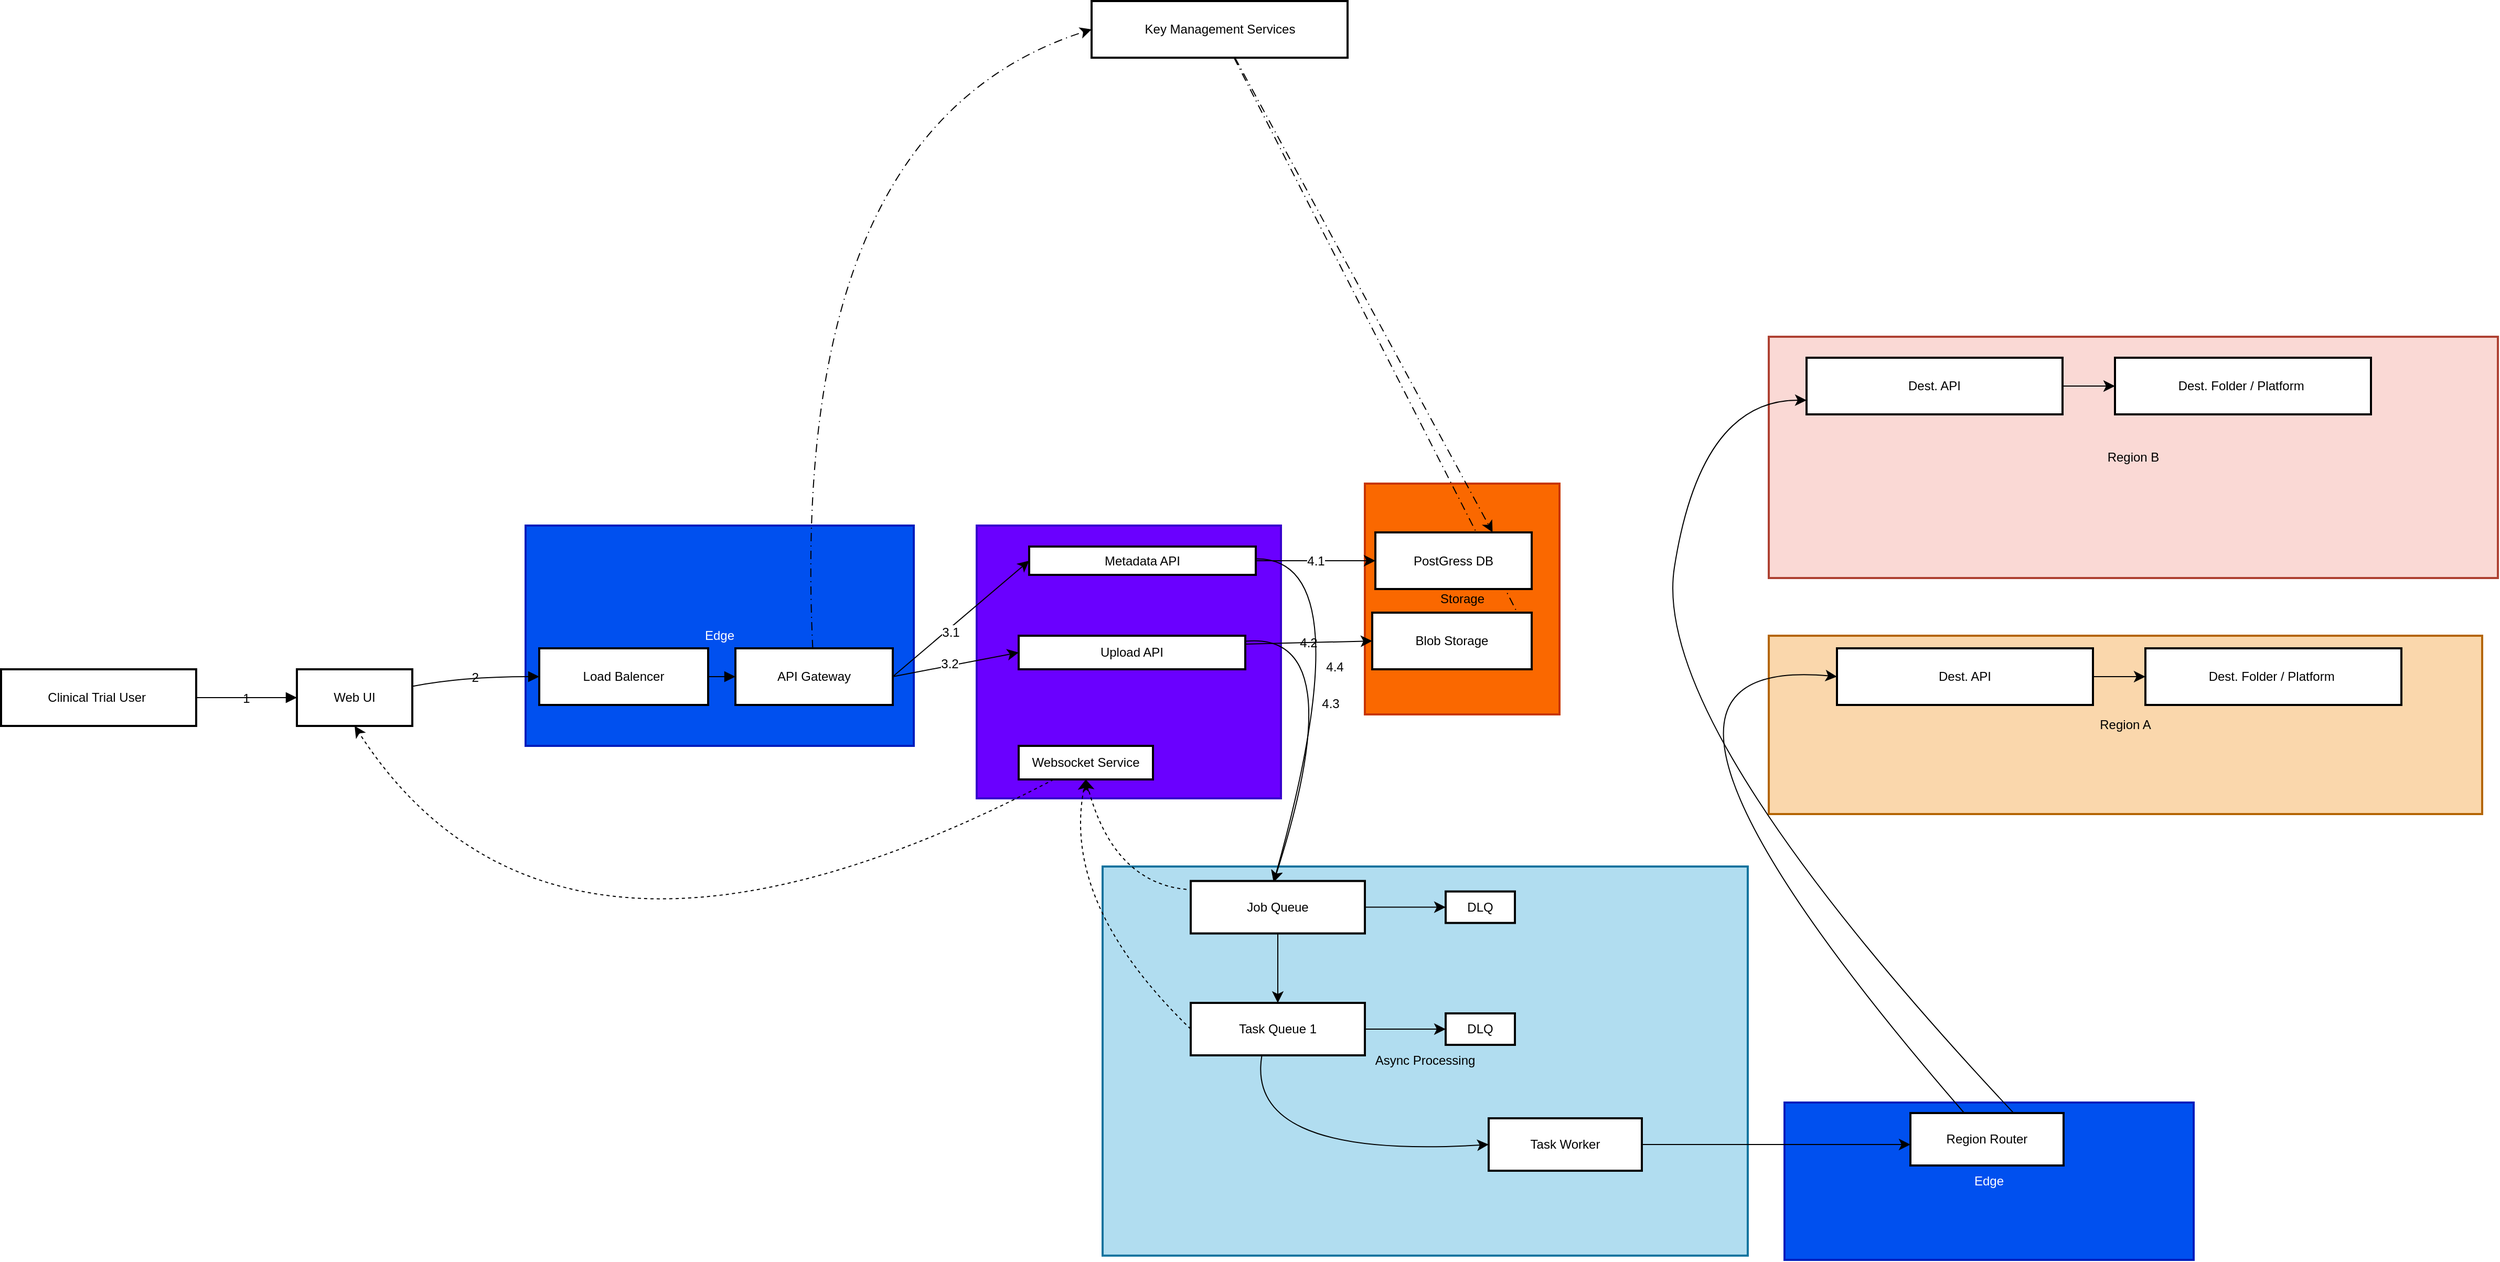
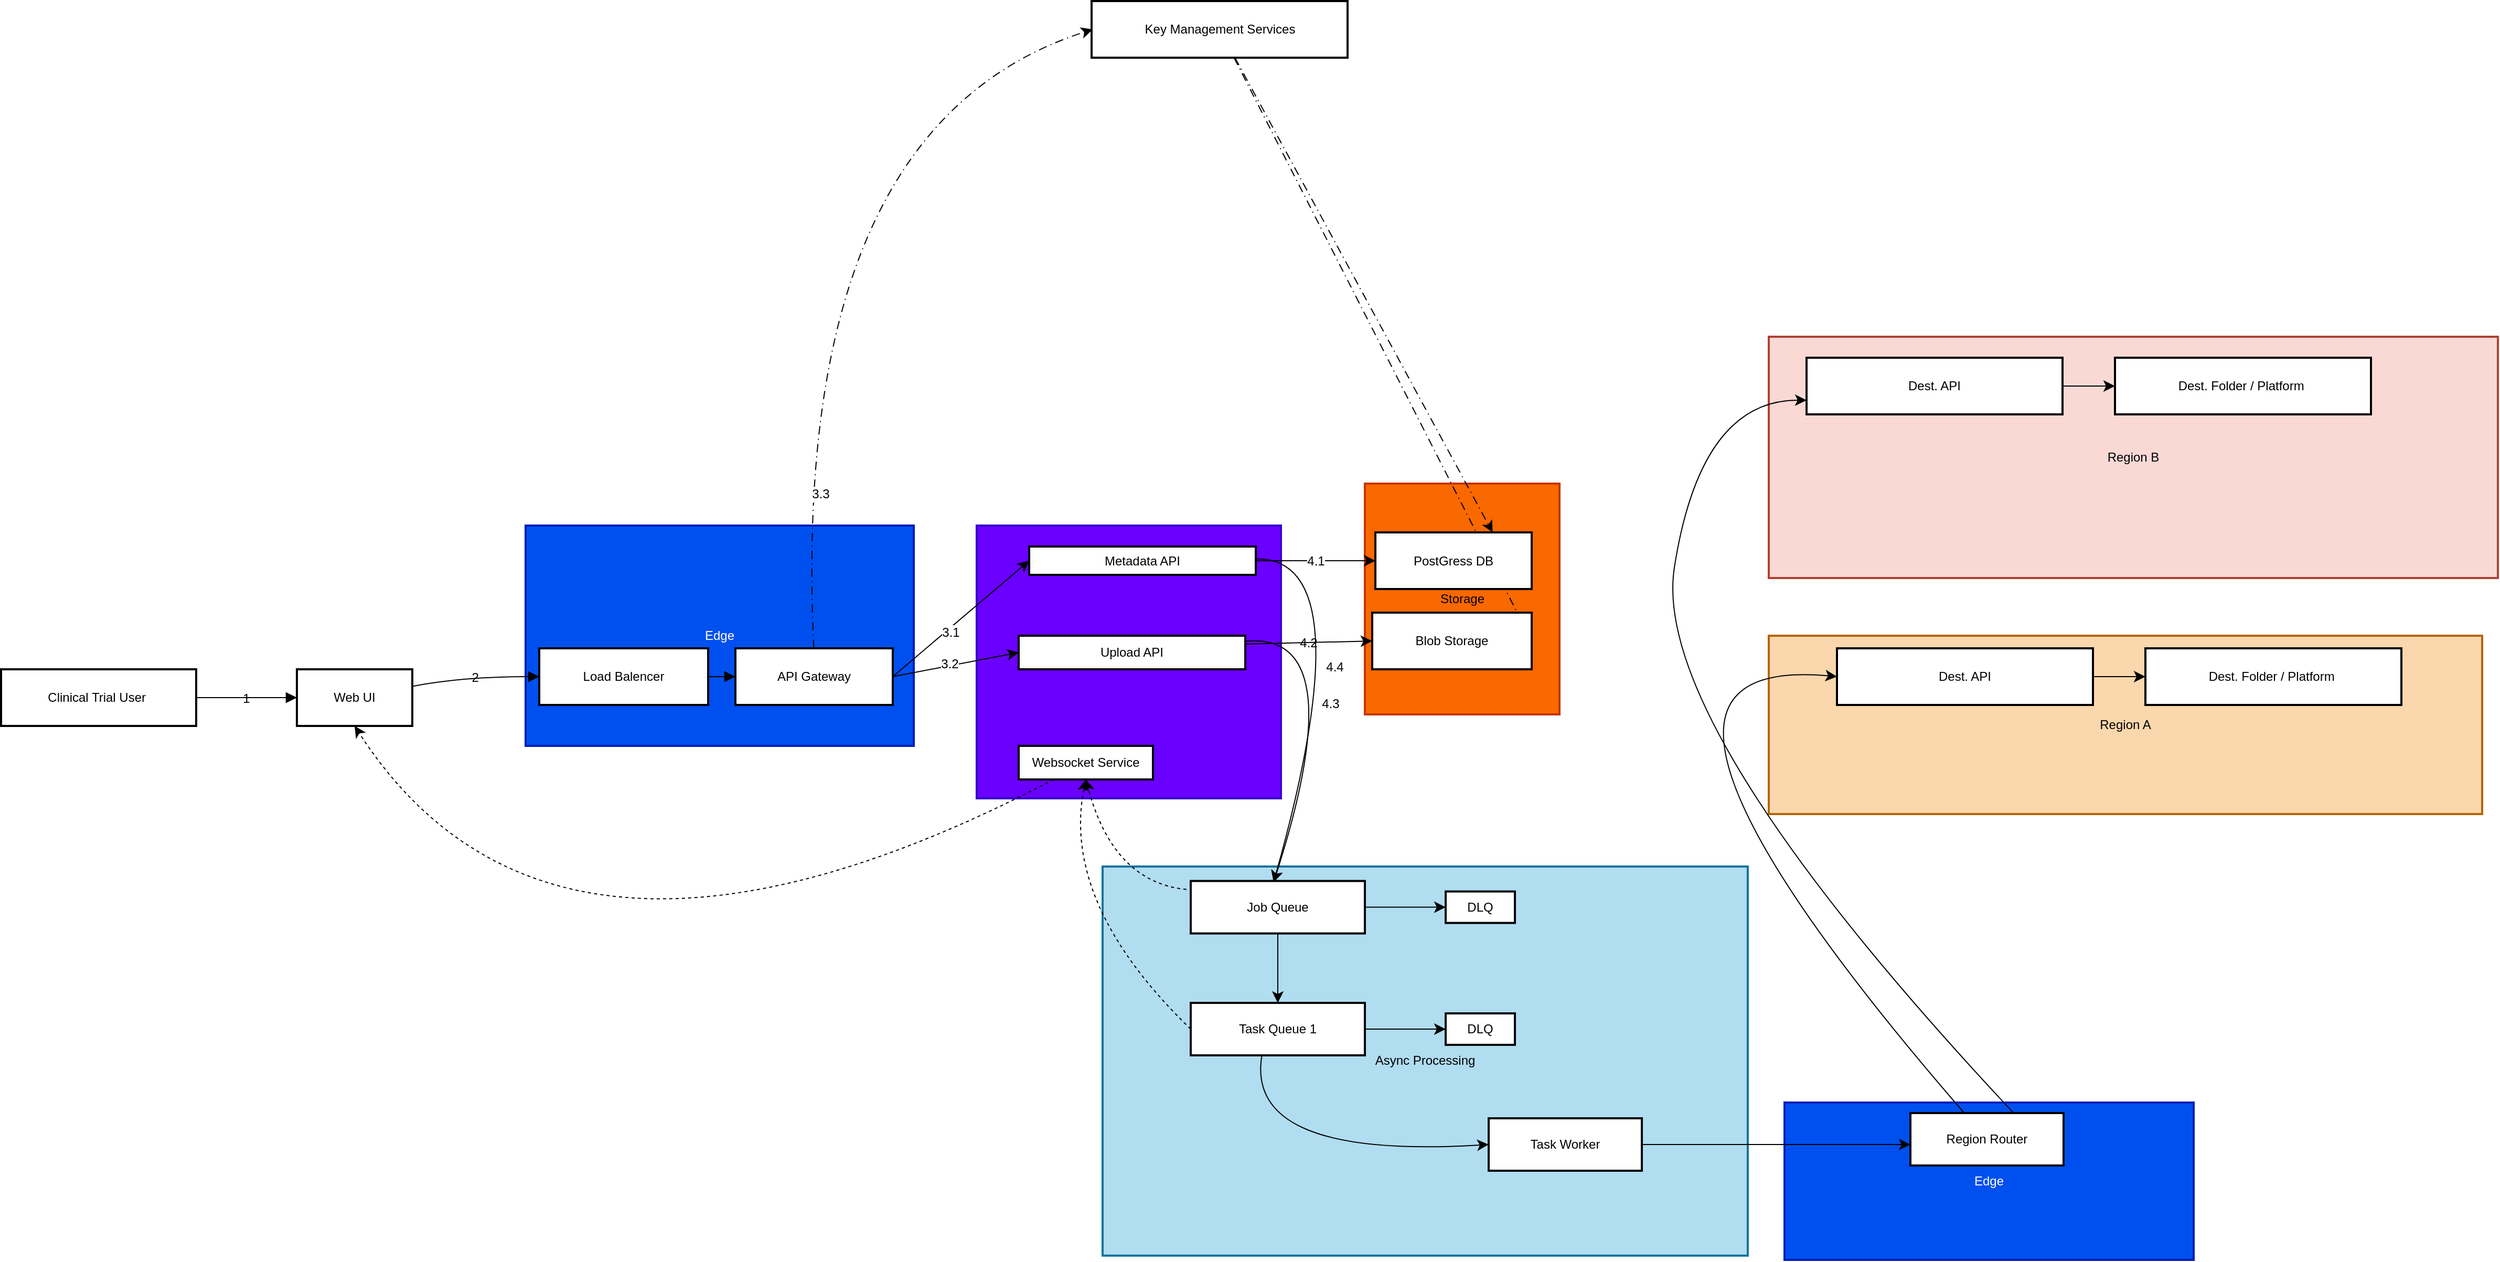
<mxfile host="app.diagrams.net">
  <diagram name="Overall-Diagram" id="Xauzskn0iYLa3f8TggF1">
    <mxGraphModel dx="1108" dy="1719" grid="1" gridSize="10" guides="1" tooltips="1" connect="1" arrows="1" fold="1" page="1" pageScale="1" pageWidth="850" pageHeight="1100" background="none" math="0" shadow="0">
      <root>
        <mxCell id="0" />
        <mxCell id="1" parent="0" />
        <mxCell id="ZxT0anLmeUN1lRlBXtKW-56" parent="1" style="whiteSpace=wrap;strokeWidth=2;rounded=0;labelBackgroundColor=none;fillColor=#0050ef;fontColor=#ffffff;strokeColor=#001DBC;" value="Edge" vertex="1">
          <mxGeometry height="150" width="390" x="1800" y="590" as="geometry" />
        </mxCell>
        <mxCell id="tPvMw2njpGqdJi2HAjV1-28" parent="1" style="whiteSpace=wrap;strokeWidth=2;rounded=0;labelBackgroundColor=none;fillColor=#fad9d5;strokeColor=#ae4132;" value="Region B" vertex="1">
          <mxGeometry height="230" width="695" x="1785" y="-140" as="geometry" />
        </mxCell>
        <mxCell id="tPvMw2njpGqdJi2HAjV1-27" parent="1" style="whiteSpace=wrap;strokeWidth=2;rounded=0;labelBackgroundColor=none;fillColor=#fad7ac;strokeColor=#b46504;" value="Region A" vertex="1">
          <mxGeometry height="170" width="680" x="1785" y="145" as="geometry" />
        </mxCell>
        <mxCell id="LGeiLnGPZ_kJypGg9XhN-2" parent="1" style="whiteSpace=wrap;strokeWidth=2;rounded=0;labelBackgroundColor=none;fillColor=#b1ddf0;strokeColor=#10739e;aspect=fixed;" value="Async Processing" vertex="1">
          <mxGeometry height="370.92" width="614.97" x="1150" y="365" as="geometry" />
        </mxCell>
        <mxCell id="LGeiLnGPZ_kJypGg9XhN-4" parent="1" style="whiteSpace=wrap;strokeWidth=2;rounded=0;labelBackgroundColor=none;fillColor=#6a00ff;fontColor=#ffffff;strokeColor=#3700CC;" value="API Services" vertex="1">
          <mxGeometry height="260" width="290" x="1030" y="40" as="geometry" />
        </mxCell>
        <mxCell id="LGeiLnGPZ_kJypGg9XhN-3" parent="1" style="whiteSpace=wrap;strokeWidth=2;rounded=0;labelBackgroundColor=none;fillColor=#fa6800;fontColor=#000000;strokeColor=#C73500;" value="Storage" vertex="1">
          <mxGeometry height="220" width="185.5" x="1400" as="geometry" />
        </mxCell>
        <mxCell id="LGeiLnGPZ_kJypGg9XhN-5" parent="1" style="whiteSpace=wrap;strokeWidth=2;rounded=0;labelBackgroundColor=none;fillColor=#0050ef;fontColor=#ffffff;strokeColor=#001DBC;" value="Edge" vertex="1">
          <mxGeometry height="210" width="370" x="600" y="40" as="geometry" />
        </mxCell>
        <mxCell id="LGeiLnGPZ_kJypGg9XhN-6" parent="1" style="whiteSpace=wrap;strokeWidth=2;rounded=0;labelBackgroundColor=none;" value="Clinical Trial User " vertex="1">
          <mxGeometry height="54" width="186" x="100" y="177" as="geometry" />
        </mxCell>
        <mxCell id="LGeiLnGPZ_kJypGg9XhN-7" parent="1" style="whiteSpace=wrap;strokeWidth=2;rounded=0;labelBackgroundColor=none;" value="Web UI" vertex="1">
          <mxGeometry height="54" width="110" x="382" y="177" as="geometry" />
        </mxCell>
        <mxCell id="LGeiLnGPZ_kJypGg9XhN-8" parent="1" style="whiteSpace=wrap;strokeWidth=2;rounded=0;labelBackgroundColor=none;" value="Load Balencer" vertex="1">
          <mxGeometry height="54" width="161" x="613" y="157" as="geometry" />
        </mxCell>
        <mxCell id="ijDLy2rUQYNMrnhEq9o_-15" edge="1" parent="1" source="LGeiLnGPZ_kJypGg9XhN-9" style="edgeStyle=none;curved=1;rounded=0;orthogonalLoop=1;jettySize=auto;html=1;fontSize=12;startSize=8;endSize=8;entryX=0;entryY=0.5;entryDx=0;entryDy=0;labelBackgroundColor=none;fontColor=default;exitX=1;exitY=0.5;exitDx=0;exitDy=0;" target="LGeiLnGPZ_kJypGg9XhN-10">
          <mxGeometry relative="1" as="geometry">
            <mxPoint x="1059.9999999999998" y="229.99999999999977" as="targetPoint" />
          </mxGeometry>
        </mxCell>
        <mxCell id="kZjGEyZ31KSyDfQOjVAd-1" connectable="0" parent="ijDLy2rUQYNMrnhEq9o_-15" style="edgeLabel;html=1;align=center;verticalAlign=middle;resizable=0;points=[];fontSize=12;" value="3.1" vertex="1">
          <mxGeometry relative="1" x="-0.1984" y="-3" as="geometry">
            <mxPoint x="1" as="offset" />
          </mxGeometry>
        </mxCell>
        <mxCell id="ijDLy2rUQYNMrnhEq9o_-17" edge="1" parent="1" source="LGeiLnGPZ_kJypGg9XhN-9" style="edgeStyle=none;curved=1;rounded=0;orthogonalLoop=1;jettySize=auto;html=1;entryX=0;entryY=0.5;entryDx=0;entryDy=0;fontSize=12;startSize=8;endSize=8;exitX=1;exitY=0.5;exitDx=0;exitDy=0;" target="LGeiLnGPZ_kJypGg9XhN-11">
          <mxGeometry relative="1" as="geometry">
            <mxPoint x="960" y="190" as="sourcePoint" />
          </mxGeometry>
        </mxCell>
        <mxCell id="kZjGEyZ31KSyDfQOjVAd-2" connectable="0" parent="ijDLy2rUQYNMrnhEq9o_-17" style="edgeLabel;html=1;align=center;verticalAlign=middle;resizable=0;points=[];fontSize=12;" value="3.2" vertex="1">
          <mxGeometry relative="1" x="-0.0885" y="2" as="geometry">
            <mxPoint as="offset" />
          </mxGeometry>
        </mxCell>
-         <mxCell id="tPvMw2njpGqdJi2HAjV1-17" edge="1" parent="1" source="LGeiLnGPZ_kJypGg9XhN-9" style="edgeStyle=none;curved=1;rounded=0;orthogonalLoop=1;jettySize=auto;html=1;entryX=0;entryY=0.5;entryDx=0;entryDy=0;fontSize=12;startSize=8;endSize=8;dashed=1;dashPattern=8 4 1 4;" target="LGeiLnGPZ_kJypGg9XhN-20">
-           <mxGeometry relative="1" as="geometry">
-             <Array as="points">
-               <mxPoint x="850" y="-340" />
-             </Array>
+         <mxCell id="tPvMw2njpGqdJi2HAjV1-17" edge="1" parent="1" style="edgeStyle=none;curved=1;rounded=0;orthogonalLoop=1;jettySize=auto;html=1;entryX=0;entryY=0.5;entryDx=0;entryDy=0;fontSize=12;startSize=8;endSize=8;dashed=1;dashPattern=8 4 1 4;" value="3.3">
+           <mxGeometry relative="1" x="-0.6344" y="-13" as="geometry">
+             <mxPoint as="offset" />
+             <Array as="points">
+               <mxPoint x="851" y="-340" />
+             </Array>
+             <mxPoint x="874.7118320610687" y="157" as="sourcePoint" />
+             <mxPoint x="1140.5" y="-433" as="targetPoint" />
          </mxGeometry>
        </mxCell>
        <mxCell id="LGeiLnGPZ_kJypGg9XhN-9" parent="1" style="whiteSpace=wrap;strokeWidth=2;rounded=0;labelBackgroundColor=none;" value="API Gateway" vertex="1">
          <mxGeometry height="54" width="150" x="800" y="157" as="geometry" />
        </mxCell>
        <mxCell id="ijDLy2rUQYNMrnhEq9o_-19" edge="1" parent="1" source="LGeiLnGPZ_kJypGg9XhN-10" style="edgeStyle=none;curved=1;rounded=0;orthogonalLoop=1;jettySize=auto;html=1;entryX=0;entryY=0.5;entryDx=0;entryDy=0;fontSize=12;startSize=8;endSize=8;exitX=1;exitY=0.5;exitDx=0;exitDy=0;" target="LGeiLnGPZ_kJypGg9XhN-12" value="4.1">
          <mxGeometry relative="1" as="geometry" />
        </mxCell>
        <mxCell id="ZxT0anLmeUN1lRlBXtKW-1" edge="1" parent="1" source="LGeiLnGPZ_kJypGg9XhN-10" style="edgeStyle=none;curved=1;rounded=0;orthogonalLoop=1;jettySize=auto;html=1;entryX=0.5;entryY=0;entryDx=0;entryDy=0;fontSize=12;startSize=8;endSize=8;" value="4.4">
          <mxGeometry relative="1" as="geometry">
            <Array as="points">
              <mxPoint x="1400" y="70" />
            </Array>
            <mxPoint x="1313" y="380" as="targetPoint" />
          </mxGeometry>
        </mxCell>
        <mxCell id="LGeiLnGPZ_kJypGg9XhN-10" parent="1" style="whiteSpace=wrap;strokeWidth=2;rounded=0;labelBackgroundColor=none;" value="Metadata API" vertex="1">
          <mxGeometry height="27" width="216" x="1080" y="60" as="geometry" />
        </mxCell>
        <mxCell id="ijDLy2rUQYNMrnhEq9o_-12" edge="1" parent="1" source="LGeiLnGPZ_kJypGg9XhN-11" style="edgeStyle=none;curved=1;rounded=0;orthogonalLoop=1;jettySize=auto;html=1;entryX=0;entryY=0.5;entryDx=0;entryDy=0;fontSize=12;startSize=8;endSize=8;exitX=1;exitY=0.25;exitDx=0;exitDy=0;labelBackgroundColor=none;fontColor=default;" target="LGeiLnGPZ_kJypGg9XhN-13" value="4.2">
          <mxGeometry relative="1" as="geometry" />
        </mxCell>
        <mxCell id="ZxT0anLmeUN1lRlBXtKW-2" edge="1" parent="1" source="LGeiLnGPZ_kJypGg9XhN-11" style="edgeStyle=none;curved=1;rounded=0;orthogonalLoop=1;jettySize=auto;html=1;entryX=0.5;entryY=0;entryDx=0;entryDy=0;fontSize=12;startSize=8;endSize=8;" value="4.3">
          <mxGeometry relative="1" as="geometry">
            <Array as="points">
              <mxPoint x="1390" y="140" />
            </Array>
            <mxPoint x="1313" y="380" as="targetPoint" />
          </mxGeometry>
        </mxCell>
        <mxCell id="LGeiLnGPZ_kJypGg9XhN-11" parent="1" style="whiteSpace=wrap;strokeWidth=2;rounded=0;labelBackgroundColor=none;" value="Upload API" vertex="1">
          <mxGeometry height="32" width="216" x="1070" y="145" as="geometry" />
        </mxCell>
        <mxCell id="tPvMw2njpGqdJi2HAjV1-2" edge="1" parent="1" style="edgeStyle=none;curved=1;rounded=0;orthogonalLoop=1;jettySize=auto;html=1;fontSize=12;startSize=8;endSize=8;entryX=0.5;entryY=1;entryDx=0;entryDy=0;dashed=1;" target="LGeiLnGPZ_kJypGg9XhN-18">
          <mxGeometry relative="1" as="geometry">
            <Array as="points">
              <mxPoint x="1160" y="380" />
            </Array>
            <mxPoint x="1230" y="386.8627450980389" as="sourcePoint" />
            <mxPoint x="1150" y="490" as="targetPoint" />
          </mxGeometry>
        </mxCell>
        <mxCell id="tPvMw2njpGqdJi2HAjV1-30" edge="1" parent="1" source="ZxT0anLmeUN1lRlBXtKW-4" style="edgeStyle=none;curved=1;rounded=0;orthogonalLoop=1;jettySize=auto;html=1;entryX=0.5;entryY=1;entryDx=0;entryDy=0;fontSize=12;startSize=8;endSize=8;dashed=1;exitX=0;exitY=0.5;exitDx=0;exitDy=0;" target="LGeiLnGPZ_kJypGg9XhN-18">
          <mxGeometry relative="1" as="geometry">
            <Array as="points">
              <mxPoint x="1110" y="400" />
            </Array>
            <mxPoint x="1274.6623376623374" y="462" as="sourcePoint" />
          </mxGeometry>
        </mxCell>
        <mxCell id="tPvMw2njpGqdJi2HAjV1-18" edge="1" parent="1" source="LGeiLnGPZ_kJypGg9XhN-20" style="edgeStyle=none;curved=1;rounded=0;orthogonalLoop=1;jettySize=auto;html=1;entryX=0.75;entryY=0;entryDx=0;entryDy=0;fontSize=12;startSize=8;endSize=8;dashed=1;dashPattern=8 4 1 4;" target="LGeiLnGPZ_kJypGg9XhN-12">
          <mxGeometry relative="1" as="geometry" />
        </mxCell>
        <mxCell id="tPvMw2njpGqdJi2HAjV1-19" edge="1" parent="1" source="LGeiLnGPZ_kJypGg9XhN-20" style="edgeStyle=none;curved=1;rounded=0;orthogonalLoop=1;jettySize=auto;html=1;entryX=1;entryY=0.5;entryDx=0;entryDy=0;fontSize=12;startSize=8;endSize=8;dashed=1;dashPattern=8 4 1 4;" target="LGeiLnGPZ_kJypGg9XhN-13">
          <mxGeometry relative="1" as="geometry" />
        </mxCell>
        <mxCell id="LGeiLnGPZ_kJypGg9XhN-20" parent="1" style="whiteSpace=wrap;strokeWidth=2;rounded=0;labelBackgroundColor=none;" value="Key Management Services" vertex="1">
          <mxGeometry height="54" width="244" x="1139.5" y="-460" as="geometry" />
        </mxCell>
        <mxCell id="LGeiLnGPZ_kJypGg9XhN-23" edge="1" parent="1" source="LGeiLnGPZ_kJypGg9XhN-6" style="curved=1;startArrow=none;endArrow=block;exitX=1;exitY=0.5;entryX=0;entryY=0.5;rounded=0;fontSize=12;startSize=8;endSize=8;labelBackgroundColor=none;fontColor=default;" target="LGeiLnGPZ_kJypGg9XhN-7" value="1">
          <mxGeometry relative="1" as="geometry">
            <Array as="points" />
          </mxGeometry>
        </mxCell>
        <mxCell id="LGeiLnGPZ_kJypGg9XhN-24" edge="1" parent="1" source="LGeiLnGPZ_kJypGg9XhN-7" style="curved=1;startArrow=none;endArrow=block;exitX=1;exitY=0.3;entryX=0;entryY=0.5;rounded=0;fontSize=12;startSize=8;endSize=8;labelBackgroundColor=none;fontColor=default;" target="LGeiLnGPZ_kJypGg9XhN-8" value="2">
          <mxGeometry relative="1" as="geometry">
            <Array as="points">
              <mxPoint x="540" y="184" />
            </Array>
          </mxGeometry>
        </mxCell>
        <mxCell id="LGeiLnGPZ_kJypGg9XhN-35" edge="1" parent="1" source="LGeiLnGPZ_kJypGg9XhN-8" style="curved=1;startArrow=none;endArrow=block;exitX=1;exitY=0.5;entryX=0;entryY=0.5;rounded=0;fontSize=12;startSize=8;endSize=8;labelBackgroundColor=none;fontColor=default;" target="LGeiLnGPZ_kJypGg9XhN-9" value="">
          <mxGeometry relative="1" as="geometry">
            <Array as="points" />
          </mxGeometry>
        </mxCell>
        <mxCell id="tPvMw2njpGqdJi2HAjV1-29" edge="1" parent="1" source="LGeiLnGPZ_kJypGg9XhN-18" style="edgeStyle=none;curved=1;rounded=0;orthogonalLoop=1;jettySize=auto;html=1;entryX=0.5;entryY=1;entryDx=0;entryDy=0;fontSize=12;startSize=8;endSize=8;dashed=1;" target="LGeiLnGPZ_kJypGg9XhN-7">
          <mxGeometry relative="1" as="geometry">
            <Array as="points">
              <mxPoint x="630" y="530" />
            </Array>
          </mxGeometry>
        </mxCell>
        <mxCell id="LGeiLnGPZ_kJypGg9XhN-18" parent="1" style="whiteSpace=wrap;strokeWidth=2;rounded=0;labelBackgroundColor=none;" value="Websocket Service" vertex="1">
          <mxGeometry height="32" width="128" x="1070" y="250" as="geometry" />
        </mxCell>
        <mxCell id="LGeiLnGPZ_kJypGg9XhN-13" parent="1" style="whiteSpace=wrap;strokeWidth=2;rounded=0;labelBackgroundColor=none;" value="Blob Storage" vertex="1">
          <mxGeometry height="54" width="152" x="1407" y="123" as="geometry" />
        </mxCell>
        <mxCell id="LGeiLnGPZ_kJypGg9XhN-12" parent="1" style="whiteSpace=wrap;strokeWidth=2;rounded=0;labelBackgroundColor=none;" value="PostGress DB" vertex="1">
          <mxGeometry height="54" width="149" x="1410" y="46.5" as="geometry" />
        </mxCell>
        <mxCell id="tPvMw2njpGqdJi2HAjV1-12" edge="1" parent="1" source="tPvMw2njpGqdJi2HAjV1-6" style="edgeStyle=none;curved=1;rounded=0;orthogonalLoop=1;jettySize=auto;html=1;entryX=0;entryY=0.5;entryDx=0;entryDy=0;fontSize=12;startSize=8;endSize=8;" target="tPvMw2njpGqdJi2HAjV1-8">
          <mxGeometry relative="1" as="geometry">
            <Array as="points">
              <mxPoint x="1590" y="160" />
            </Array>
          </mxGeometry>
        </mxCell>
        <mxCell id="tPvMw2njpGqdJi2HAjV1-13" edge="1" parent="1" source="tPvMw2njpGqdJi2HAjV1-6" style="edgeStyle=none;curved=1;rounded=0;orthogonalLoop=1;jettySize=auto;html=1;entryX=0;entryY=0.75;entryDx=0;entryDy=0;fontSize=12;startSize=8;endSize=8;exitX=1;exitY=1;exitDx=0;exitDy=0;" target="tPvMw2njpGqdJi2HAjV1-10">
          <mxGeometry relative="1" as="geometry">
            <Array as="points">
              <mxPoint x="1670" y="240" />
              <mxPoint x="1720" y="-80" />
            </Array>
            <mxPoint x="2070" y="660" as="sourcePoint" />
          </mxGeometry>
        </mxCell>
        <mxCell id="tPvMw2njpGqdJi2HAjV1-6" parent="1" style="whiteSpace=wrap;strokeWidth=2;rounded=0;labelBackgroundColor=none;" value="Region Router" vertex="1">
          <mxGeometry height="50" width="146" x="1920" y="600" as="geometry" />
        </mxCell>
        <mxCell id="tPvMw2njpGqdJi2HAjV1-7" parent="1" style="whiteSpace=wrap;strokeWidth=2;rounded=0;labelBackgroundColor=none;" value="Dest. Folder / Platform " vertex="1">
          <mxGeometry height="54" width="244" x="2144" y="157" as="geometry" />
        </mxCell>
        <mxCell id="tPvMw2njpGqdJi2HAjV1-15" edge="1" parent="1" source="tPvMw2njpGqdJi2HAjV1-8" style="edgeStyle=none;curved=1;rounded=0;orthogonalLoop=1;jettySize=auto;html=1;fontSize=12;startSize=8;endSize=8;" target="tPvMw2njpGqdJi2HAjV1-7" value="">
          <mxGeometry relative="1" as="geometry" />
        </mxCell>
        <mxCell id="tPvMw2njpGqdJi2HAjV1-8" parent="1" style="whiteSpace=wrap;strokeWidth=2;rounded=0;labelBackgroundColor=none;" value="Dest. API" vertex="1">
          <mxGeometry height="54" width="244" x="1850" y="157" as="geometry" />
        </mxCell>
        <mxCell id="tPvMw2njpGqdJi2HAjV1-9" parent="1" style="whiteSpace=wrap;strokeWidth=2;rounded=0;labelBackgroundColor=none;" value="Dest. Folder / Platform " vertex="1">
          <mxGeometry height="54" width="244" x="2115" y="-120" as="geometry" />
        </mxCell>
        <mxCell id="tPvMw2njpGqdJi2HAjV1-16" edge="1" parent="1" source="tPvMw2njpGqdJi2HAjV1-10" style="edgeStyle=none;curved=1;rounded=0;orthogonalLoop=1;jettySize=auto;html=1;fontSize=12;startSize=8;endSize=8;" target="tPvMw2njpGqdJi2HAjV1-9" value="">
          <mxGeometry relative="1" as="geometry" />
        </mxCell>
        <mxCell id="tPvMw2njpGqdJi2HAjV1-10" parent="1" style="whiteSpace=wrap;strokeWidth=2;rounded=0;labelBackgroundColor=none;" value="Dest. API" vertex="1">
          <mxGeometry height="54" width="244" x="1821" y="-120" as="geometry" />
        </mxCell>
        <mxCell id="ZxT0anLmeUN1lRlBXtKW-5" edge="1" parent="1" source="ZxT0anLmeUN1lRlBXtKW-3" style="edgeStyle=none;curved=1;rounded=0;orthogonalLoop=1;jettySize=auto;html=1;fontSize=12;startSize=8;endSize=8;" target="ZxT0anLmeUN1lRlBXtKW-4" value="">
          <mxGeometry relative="1" as="geometry" />
        </mxCell>
        <mxCell id="ZxT0anLmeUN1lRlBXtKW-52" edge="1" parent="1" source="ZxT0anLmeUN1lRlBXtKW-3" style="edgeStyle=none;curved=1;rounded=0;orthogonalLoop=1;jettySize=auto;html=1;fontSize=12;startSize=8;endSize=8;" target="ZxT0anLmeUN1lRlBXtKW-9" value="">
          <mxGeometry relative="1" as="geometry" />
        </mxCell>
        <mxCell id="ZxT0anLmeUN1lRlBXtKW-3" parent="1" style="whiteSpace=wrap;strokeWidth=2;rounded=0;labelBackgroundColor=none;" value="Job Queue" vertex="1">
          <mxGeometry height="50" width="166" x="1234" y="378.79999999999995" as="geometry" />
        </mxCell>
        <mxCell id="ZxT0anLmeUN1lRlBXtKW-21" edge="1" parent="1" source="ZxT0anLmeUN1lRlBXtKW-4" style="edgeStyle=none;curved=1;rounded=0;orthogonalLoop=1;jettySize=auto;html=1;fontSize=12;startSize=8;endSize=8;" target="ZxT0anLmeUN1lRlBXtKW-11" value="">
          <mxGeometry relative="1" as="geometry" />
        </mxCell>
        <mxCell id="ZxT0anLmeUN1lRlBXtKW-54" edge="1" parent="1" source="ZxT0anLmeUN1lRlBXtKW-4" style="edgeStyle=none;curved=1;rounded=0;orthogonalLoop=1;jettySize=auto;html=1;entryX=0;entryY=0.5;entryDx=0;entryDy=0;fontSize=12;startSize=8;endSize=8;exitX=0.422;exitY=0.8;exitDx=0;exitDy=0;exitPerimeter=0;" target="ZxT0anLmeUN1lRlBXtKW-53">
          <mxGeometry relative="1" as="geometry">
            <Array as="points">
              <mxPoint x="1274" y="645" />
            </Array>
          </mxGeometry>
        </mxCell>
        <mxCell id="ZxT0anLmeUN1lRlBXtKW-4" parent="1" style="whiteSpace=wrap;strokeWidth=2;rounded=0;labelBackgroundColor=none;" value="Task Queue 1" vertex="1">
          <mxGeometry height="50" width="166" x="1234" y="495" as="geometry" />
        </mxCell>
        <mxCell id="ZxT0anLmeUN1lRlBXtKW-9" parent="1" style="whiteSpace=wrap;strokeWidth=2;rounded=0;labelBackgroundColor=none;" value="DLQ" vertex="1">
          <mxGeometry height="30" width="66" x="1477" y="388.79999999999995" as="geometry" />
        </mxCell>
        <mxCell id="ZxT0anLmeUN1lRlBXtKW-11" parent="1" style="whiteSpace=wrap;strokeWidth=2;rounded=0;labelBackgroundColor=none;" value="DLQ" vertex="1">
          <mxGeometry height="30" width="66" x="1477" y="505" as="geometry" />
        </mxCell>
        <mxCell id="ZxT0anLmeUN1lRlBXtKW-55" edge="1" parent="1" source="ZxT0anLmeUN1lRlBXtKW-53" style="edgeStyle=none;curved=1;rounded=0;orthogonalLoop=1;jettySize=auto;html=1;fontSize=12;startSize=8;endSize=8;">
          <mxGeometry relative="1" as="geometry">
            <mxPoint x="1920.0000000000005" y="630" as="targetPoint" />
          </mxGeometry>
        </mxCell>
        <mxCell id="ZxT0anLmeUN1lRlBXtKW-53" parent="1" style="whiteSpace=wrap;strokeWidth=2;rounded=0;labelBackgroundColor=none;" value="Task Worker" vertex="1">
          <mxGeometry height="50" width="146" x="1518" y="605" as="geometry" />
        </mxCell>
      </root>
    </mxGraphModel>
  </diagram>
</mxfile>
